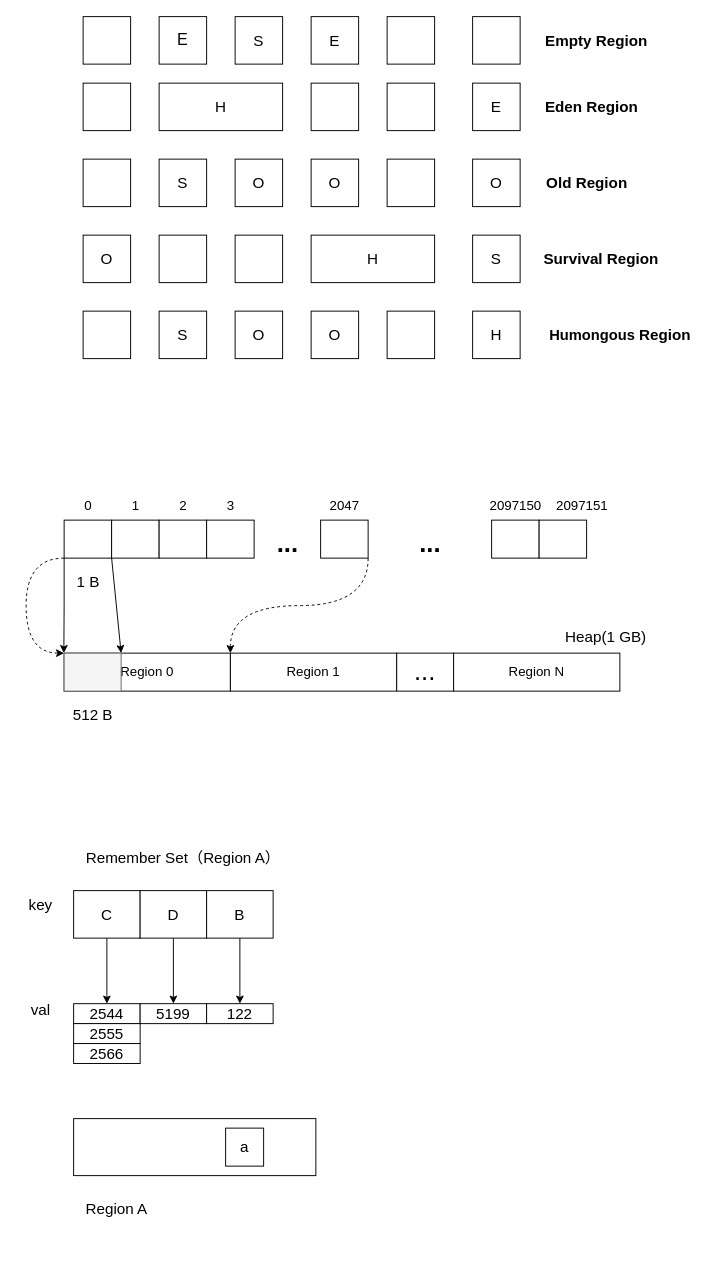
f123888/Draw.IO keeps this draw.io diagram as G1 GC.drawio. Above is the earlier version. Source tidied: cells renumbered, new cells numbered last; positions are measured from the earlier drawing's top-left corner, leaving out a move shared by most shapes. Both pictures are drawn from the tidied source at 95%, with x=0, y=0 at pixel (16, 16).
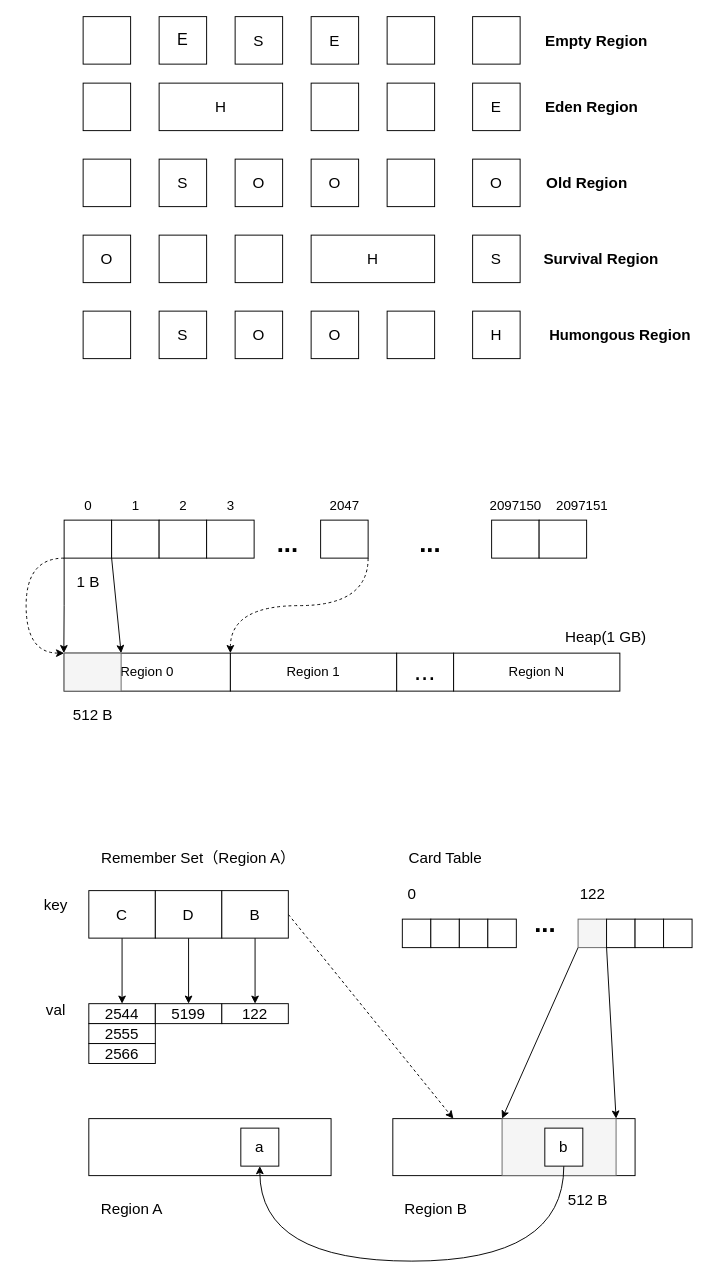
The same diagram, later.

The edit, as a diff of the source:
```diff
@@
+    <mxCell id="80" style="rounded=0;whiteSpace=wrap;html=1;" parent="1" vertex="1">
+      <mxGeometry x="396" y="1160" width="255" height="60" as="geometry" />
+    </mxCell>
+    <mxCell id="81" style="rounded=0;whiteSpace=wrap;html=1;fillColor=#f5f5f5;fontColor=#333333;strokeColor=#666666;" parent="1" vertex="1">
+      <mxGeometry x="511" y="1160" width="120" height="60" as="geometry" />
+    </mxCell>
@@
     <mxCell id="64" value="&lt;font style=&quot;font-size: 16px;&quot;&gt;C&lt;/font&gt;" style="rounded=0;whiteSpace=wrap;html=1;" parent="1" vertex="1">
-      <mxGeometry x="60" y="920" width="70" height="50" as="geometry" />
+      <mxGeometry x="76" y="920" width="70" height="50" as="geometry" />
     </mxCell>
@@
     <mxCell id="66" value="&lt;font style=&quot;font-size: 16px;&quot;&gt;D&lt;/font&gt;" style="rounded=0;whiteSpace=wrap;html=1;" parent="1" vertex="1">
-      <mxGeometry x="130" y="920" width="70" height="50" as="geometry" />
+      <mxGeometry x="146" y="920" width="70" height="50" as="geometry" />
     </mxCell>
@@
+    <mxCell id="82" style="rounded=0;jettySize=auto;html=1;exitX=1;exitY=0.5;exitDx=0;exitDy=0;entryX=0.25;entryY=0;entryDx=0;entryDy=0;dashed=1;" parent="1" edge="1" source="68" target="80">
+      <mxGeometry relative="1" as="geometry" />
+    </mxCell>
     <mxCell id="68" value="&lt;font style=&quot;font-size: 16px;&quot;&gt;B&lt;/font&gt;" style="rounded=0;whiteSpace=wrap;html=1;" parent="1" vertex="1">
-      <mxGeometry x="200" y="920" width="70" height="50" as="geometry" />
+      <mxGeometry x="216" y="920" width="70" height="50" as="geometry" />
     </mxCell>
     <mxCell id="69" value="&lt;font style=&quot;font-size: 16px;&quot;&gt;Remember Set（Region A）&lt;/font&gt;" style="text;html=1;align=center;verticalAlign=middle;strokeColor=none;fillColor=none;" parent="1" vertex="1">
-      <mxGeometry x="60" y="870" width="230" height="30" as="geometry" />
+      <mxGeometry x="76" y="870" width="230" height="30" as="geometry" />
     </mxCell>
     <mxCell id="70" value="&lt;font style=&quot;font-size: 16px;&quot;&gt;key&lt;/font&gt;" style="text;html=1;align=center;verticalAlign=middle;strokeColor=none;fillColor=none;" parent="1" vertex="1">
-      <mxGeometry y="920" width="50" height="30" as="geometry" />
+      <mxGeometry x="16" y="920" width="50" height="30" as="geometry" />
     </mxCell>
     <mxCell id="71" value="&lt;font style=&quot;font-size: 16px;&quot;&gt;2544&lt;/font&gt;" style="rounded=0;whiteSpace=wrap;html=1;" parent="1" vertex="1">
-      <mxGeometry x="60" y="1039" width="70" height="21" as="geometry" />
+      <mxGeometry x="76" y="1039" width="70" height="21" as="geometry" />
     </mxCell>
     <mxCell id="72" value="&lt;font style=&quot;font-size: 16px;&quot;&gt;2555&lt;/font&gt;" style="rounded=0;whiteSpace=wrap;html=1;" parent="1" vertex="1">
-      <mxGeometry x="60" y="1060" width="70" height="21" as="geometry" />
+      <mxGeometry x="76" y="1060" width="70" height="21" as="geometry" />
     </mxCell>
     <mxCell id="73" value="&lt;font style=&quot;font-size: 16px;&quot;&gt;2566&lt;/font&gt;" style="rounded=0;whiteSpace=wrap;html=1;" parent="1" vertex="1">
-      <mxGeometry x="60" y="1081" width="70" height="21" as="geometry" />
+      <mxGeometry x="76" y="1081" width="70" height="21" as="geometry" />
     </mxCell>
     <mxCell id="74" value="&lt;font style=&quot;font-size: 16px;&quot;&gt;5199&lt;/font&gt;" style="rounded=0;whiteSpace=wrap;html=1;" parent="1" vertex="1">
-      <mxGeometry x="130" y="1039" width="70" height="21" as="geometry" />
+      <mxGeometry x="146" y="1039" width="70" height="21" as="geometry" />
     </mxCell>
     <mxCell id="75" value="&lt;font style=&quot;font-size: 16px;&quot;&gt;122&lt;/font&gt;" style="rounded=0;whiteSpace=wrap;html=1;" parent="1" vertex="1">
-      <mxGeometry x="200" y="1039" width="70" height="21" as="geometry" />
+      <mxGeometry x="216" y="1039" width="70" height="21" as="geometry" />
     </mxCell>
     <mxCell id="76" value="&lt;font style=&quot;font-size: 16px;&quot;&gt;val&lt;/font&gt;" style="text;html=1;align=center;verticalAlign=middle;strokeColor=none;fillColor=none;" parent="1" vertex="1">
-      <mxGeometry x="5" y="1030" width="40" height="30" as="geometry" />
+      <mxGeometry x="21" y="1030" width="40" height="30" as="geometry" />
     </mxCell>
     <mxCell id="77" style="rounded=0;whiteSpace=wrap;html=1;" parent="1" vertex="1">
-      <mxGeometry x="60" y="1160" width="255" height="60" as="geometry" />
+      <mxGeometry x="76" y="1160" width="255" height="60" as="geometry" />
     </mxCell>
     <mxCell id="78" value="&lt;font style=&quot;font-size: 16px;&quot;&gt;Region A&lt;/font&gt;" style="text;html=1;align=center;verticalAlign=middle;strokeColor=none;fillColor=none;" parent="1" vertex="1">
-      <mxGeometry x="60" y="1240" width="90" height="30" as="geometry" />
+      <mxGeometry x="76" y="1240" width="90" height="30" as="geometry" />
     </mxCell>
     <mxCell id="79" value="&lt;font style=&quot;font-size: 16px;&quot;&gt;a&lt;/font&gt;" style="rounded=0;whiteSpace=wrap;html=1;" parent="1" vertex="1">
-      <mxGeometry x="220" y="1170" width="40" height="40" as="geometry" />
+      <mxGeometry x="236" y="1170" width="40" height="40" as="geometry" />
     </mxCell>
+    <mxCell id="83" value="&lt;font style=&quot;font-size: 16px;&quot;&gt;Region B&lt;/font&gt;" style="text;html=1;align=center;verticalAlign=middle;strokeColor=none;fillColor=none;" parent="1" vertex="1">
+      <mxGeometry x="396" y="1240" width="90" height="30" as="geometry" />
+    </mxCell>
+    <mxCell id="84" style="edgeStyle=orthogonalEdgeStyle;rounded=0;jettySize=auto;html=1;exitX=0.5;exitY=1;exitDx=0;exitDy=0;entryX=0.5;entryY=1;entryDx=0;entryDy=0;curved=1;" parent="1" edge="1" source="85" target="79">
+      <mxGeometry relative="1" as="geometry">
+        <Array as="points">
+          <mxPoint x="576" y="1310" />
+          <mxPoint x="256" y="1310" />
+        </Array>
+      </mxGeometry>
+    </mxCell>
+    <mxCell id="85" value="&lt;font style=&quot;font-size: 16px;&quot;&gt;b&lt;/font&gt;" style="rounded=0;whiteSpace=wrap;html=1;" parent="1" vertex="1">
+      <mxGeometry x="556" y="1170" width="40" height="40" as="geometry" />
+    </mxCell>
+    <mxCell id="86" style="rounded=0;whiteSpace=wrap;html=1;" parent="1" vertex="1">
+      <mxGeometry x="406" y="950" width="30" height="30" as="geometry" />
+    </mxCell>
+    <mxCell id="87" value="&lt;font style=&quot;font-size: 16px;&quot;&gt;Card Table&lt;/font&gt;" style="text;html=1;align=center;verticalAlign=middle;strokeColor=none;fillColor=none;" parent="1" vertex="1">
+      <mxGeometry x="401" y="870" width="100" height="30" as="geometry" />
+    </mxCell>
+    <mxCell id="88" value="&lt;font style=&quot;font-size: 16px;&quot;&gt;0&lt;/font&gt;" style="text;html=1;align=center;verticalAlign=middle;strokeColor=none;fillColor=none;" parent="1" vertex="1">
+      <mxGeometry x="401" y="908" width="30" height="30" as="geometry" />
+    </mxCell>
+    <mxCell id="89" style="rounded=0;whiteSpace=wrap;html=1;" parent="1" vertex="1">
+      <mxGeometry x="436" y="950" width="30" height="30" as="geometry" />
+    </mxCell>
+    <mxCell id="90" style="rounded=0;whiteSpace=wrap;html=1;" parent="1" vertex="1">
+      <mxGeometry x="466" y="950" width="30" height="30" as="geometry" />
+    </mxCell>
+    <mxCell id="91" style="rounded=0;whiteSpace=wrap;html=1;" parent="1" vertex="1">
+      <mxGeometry x="496" y="950" width="30" height="30" as="geometry" />
+    </mxCell>
+    <mxCell id="92" value="&lt;font style=&quot;font-size: 27px;&quot;&gt;&lt;b&gt;...&lt;/b&gt;&lt;/font&gt;" style="text;html=1;align=center;verticalAlign=middle;strokeColor=none;fillColor=none;shadow=0;" parent="1" vertex="1">
+      <mxGeometry x="531" y="930" width="50" height="50" as="geometry" />
+    </mxCell>
+    <mxCell id="93" style="rounded=0;jettySize=auto;html=1;exitX=0;exitY=1;exitDx=0;exitDy=0;entryX=0;entryY=0;entryDx=0;entryDy=0;" parent="1" edge="1" source="95" target="81">
+      <mxGeometry relative="1" as="geometry" />
+    </mxCell>
+    <mxCell id="94" style="rounded=0;jettySize=auto;html=1;exitX=1;exitY=1;exitDx=0;exitDy=0;entryX=1;entryY=0;entryDx=0;entryDy=0;" parent="1" edge="1" source="95" target="81">
+      <mxGeometry relative="1" as="geometry" />
+    </mxCell>
+    <mxCell id="95" style="rounded=0;whiteSpace=wrap;html=1;fillColor=#f5f5f5;fontColor=#333333;strokeColor=#666666;" parent="1" vertex="1">
+      <mxGeometry x="591" y="950" width="30" height="30" as="geometry" />
+    </mxCell>
+    <mxCell id="96" style="rounded=0;whiteSpace=wrap;html=1;" parent="1" vertex="1">
+      <mxGeometry x="621" y="950" width="30" height="30" as="geometry" />
+    </mxCell>
+    <mxCell id="97" style="rounded=0;whiteSpace=wrap;html=1;" parent="1" vertex="1">
+      <mxGeometry x="651" y="950" width="30" height="30" as="geometry" />
+    </mxCell>
+    <mxCell id="98" style="rounded=0;whiteSpace=wrap;html=1;" parent="1" vertex="1">
+      <mxGeometry x="681" y="950" width="30" height="30" as="geometry" />
+    </mxCell>
+    <mxCell id="99" value="&lt;font style=&quot;font-size: 16px;&quot;&gt;122&lt;/font&gt;" style="text;html=1;align=center;verticalAlign=middle;strokeColor=none;fillColor=none;" parent="1" vertex="1">
+      <mxGeometry x="581" y="908" width="50" height="30" as="geometry" />
+    </mxCell>
+    <mxCell id="100" value="&lt;font style=&quot;font-size: 16px;&quot;&gt;512 B&lt;/font&gt;" style="text;html=1;align=center;verticalAlign=middle;strokeColor=none;fillColor=none;shadow=0;" parent="1" vertex="1">
+      <mxGeometry x="566" y="1230" width="70" height="30" as="geometry" />
+    </mxCell>
```
